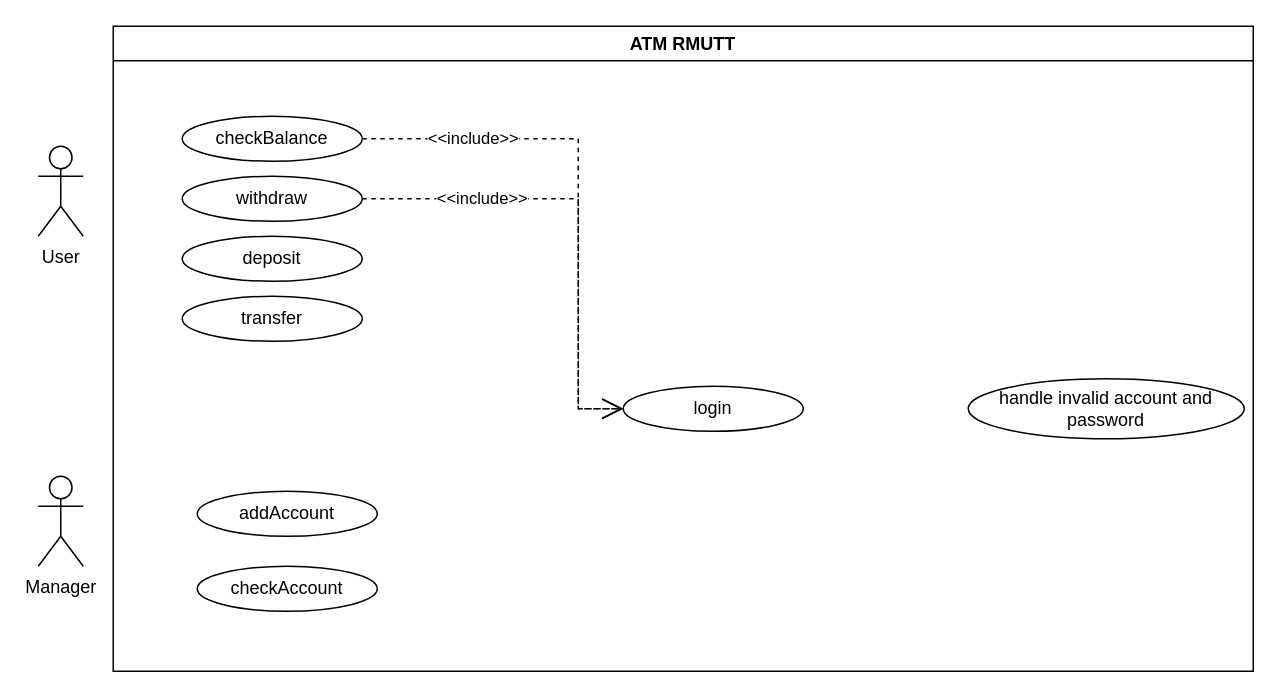
Above: OOSE_Lab3.drawio in Supatchai2003/OOSE- (draw.io), before the change. Source tidied: cells renumbered, new cells numbered last; positions are measured from the earlier drawing's top-left corner, leaving out a move shared by most shapes. Both pictures are drawn from the tidied source at 150%, with x=0, y=0 at pixel (38, 26).
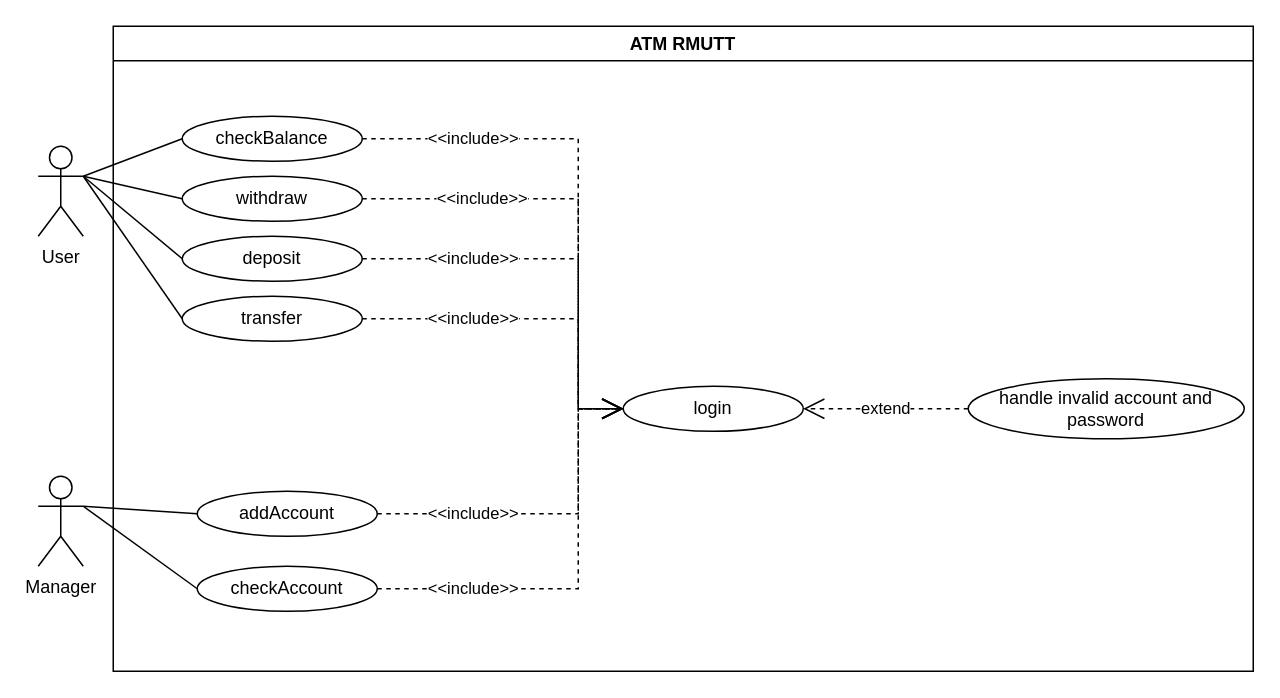
The same page after the edit.

Unchanged cells that the change refers to:
```xml
<mxCell id="2" value="ATM RMUTT" style="swimlane;whiteSpace=wrap;html=1;" parent="1" vertex="1">
  <mxGeometry x="50" width="760" height="430" as="geometry" />
</mxCell>
<mxCell id="3" value="checkBalance" style="ellipse;whiteSpace=wrap;html=1;" parent="2" vertex="1">
  <mxGeometry x="46" y="60" width="120" height="30" as="geometry" />
</mxCell>
<mxCell id="4" value="withdraw" style="ellipse;whiteSpace=wrap;html=1;" parent="2" vertex="1">
  <mxGeometry x="46" y="100" width="120" height="30" as="geometry" />
</mxCell>
<mxCell id="5" value="deposit" style="ellipse;whiteSpace=wrap;html=1;" parent="2" vertex="1">
  <mxGeometry x="46" y="140" width="120" height="30" as="geometry" />
</mxCell>
<mxCell id="6" value="transfer" style="ellipse;whiteSpace=wrap;html=1;" parent="2" vertex="1">
  <mxGeometry x="46" y="180" width="120" height="30" as="geometry" />
</mxCell>
<mxCell id="7" value="login" style="ellipse;whiteSpace=wrap;html=1;" parent="2" vertex="1">
  <mxGeometry x="340" y="240" width="120" height="30" as="geometry" />
</mxCell>
<mxCell id="8" value="handle invalid account and password" style="ellipse;whiteSpace=wrap;html=1;" parent="2" vertex="1">
  <mxGeometry x="570" y="235" width="184" height="40" as="geometry" />
</mxCell>
<mxCell id="9" value="addAccount" style="ellipse;whiteSpace=wrap;html=1;" parent="2" vertex="1">
  <mxGeometry x="56" y="310" width="120" height="30" as="geometry" />
</mxCell>
<mxCell id="10" value="checkAccount" style="ellipse;whiteSpace=wrap;html=1;" parent="2" vertex="1">
  <mxGeometry x="56" y="360" width="120" height="30" as="geometry" />
</mxCell>
<mxCell id="13" value="User" style="shape=umlActor;verticalLabelPosition=bottom;verticalAlign=top;html=1;outlineConnect=0;" parent="1" vertex="1">
  <mxGeometry y="80" width="30" height="60" as="geometry" />
</mxCell>
<mxCell id="14" value="Manager" style="shape=umlActor;verticalLabelPosition=bottom;verticalAlign=top;html=1;outlineConnect=0;" parent="1" vertex="1">
  <mxGeometry y="300" width="30" height="60" as="geometry" />
</mxCell>
```

Diff of the diagram source:
```diff
@@
+    <mxCell id="15" value="&amp;lt;&amp;lt;include&amp;gt;&amp;gt;" style="endArrow=open;endSize=12;dashed=1;html=1;rounded=0;exitX=1;exitY=0.5;exitDx=0;exitDy=0;" parent="2" edge="1" source="5">
+      <mxGeometry x="-0.46" relative="1" as="geometry">
+        <mxPoint x="340" y="255" as="targetPoint" />
+        <Array as="points">
+          <mxPoint x="310" y="155" />
+          <mxPoint x="310" y="255" />
+        </Array>
+      </mxGeometry>
+    </mxCell>
+    <mxCell id="16" value="&amp;lt;&amp;lt;include&amp;gt;&amp;gt;" style="endArrow=open;endSize=12;dashed=1;html=1;rounded=0;exitX=1;exitY=0.5;exitDx=0;exitDy=0;entryX=0;entryY=0.5;entryDx=0;entryDy=0;" parent="2" edge="1" source="6" target="7">
+      <mxGeometry x="-0.37" relative="1" as="geometry">
+        <Array as="points">
+          <mxPoint x="310" y="195" />
+          <mxPoint x="310" y="255" />
+        </Array>
+      </mxGeometry>
+    </mxCell>
+    <mxCell id="17" value="&amp;lt;&amp;lt;include&amp;gt;&amp;gt;" style="endArrow=open;endSize=12;dashed=1;html=1;rounded=0;exitX=1;exitY=0.5;exitDx=0;exitDy=0;entryX=0;entryY=0.5;entryDx=0;entryDy=0;" parent="2" edge="1" source="9" target="7">
+      <mxGeometry x="-0.45" relative="1" as="geometry">
+        <Array as="points">
+          <mxPoint x="310" y="325" />
+          <mxPoint x="310" y="255" />
+        </Array>
+      </mxGeometry>
+    </mxCell>
+    <mxCell id="18" value="&amp;lt;&amp;lt;include&amp;gt;&amp;gt;" style="endArrow=open;endSize=12;dashed=1;html=1;rounded=0;exitX=1;exitY=0.5;exitDx=0;exitDy=0;entryX=0;entryY=0.5;entryDx=0;entryDy=0;" parent="2" edge="1" source="10" target="7">
+      <mxGeometry x="-0.55" relative="1" as="geometry">
+        <Array as="points">
+          <mxPoint x="310" y="375" />
+          <mxPoint x="310" y="255" />
+        </Array>
+      </mxGeometry>
+    </mxCell>
+    <mxCell id="19" value="extend" style="endArrow=open;endSize=12;dashed=1;html=1;rounded=0;exitX=0;exitY=0.5;exitDx=0;exitDy=0;entryX=1;entryY=0.5;entryDx=0;entryDy=0;" parent="2" edge="1" source="8" target="7">
+      <mxGeometry relative="1" as="geometry" />
+    </mxCell>
@@
+    <mxCell id="20" style="endArrow=none;html=1;rounded=0;exitX=1;exitY=0.3333333333333333;exitDx=0;exitDy=0;exitPerimeter=0;entryX=0;entryY=0.5;entryDx=0;entryDy=0;" parent="1" edge="1" source="13" target="3">
+      <mxGeometry relative="1" as="geometry" />
+    </mxCell>
+    <mxCell id="21" style="endArrow=none;html=1;rounded=0;exitX=1;exitY=0.3333333333333333;exitDx=0;exitDy=0;exitPerimeter=0;entryX=0;entryY=0.5;entryDx=0;entryDy=0;" parent="1" edge="1" source="13" target="4">
+      <mxGeometry relative="1" as="geometry" />
+    </mxCell>
+    <mxCell id="22" style="endArrow=none;html=1;rounded=0;exitX=1;exitY=0.3333333333333333;exitDx=0;exitDy=0;exitPerimeter=0;entryX=0;entryY=0.5;entryDx=0;entryDy=0;" parent="1" edge="1" source="13" target="5">
+      <mxGeometry relative="1" as="geometry" />
+    </mxCell>
+    <mxCell id="23" style="endArrow=none;html=1;rounded=0;exitX=1;exitY=0.3333333333333333;exitDx=0;exitDy=0;exitPerimeter=0;entryX=0;entryY=0.5;entryDx=0;entryDy=0;" parent="1" edge="1" source="13" target="6">
+      <mxGeometry relative="1" as="geometry" />
+    </mxCell>
+    <mxCell id="24" style="endArrow=none;html=1;rounded=0;exitX=1;exitY=0.3333333333333333;exitDx=0;exitDy=0;exitPerimeter=0;entryX=0;entryY=0.5;entryDx=0;entryDy=0;" parent="1" edge="1" source="14" target="10">
+      <mxGeometry relative="1" as="geometry" />
+    </mxCell>
+    <mxCell id="25" style="endArrow=none;html=1;rounded=0;exitX=1;exitY=0.3333333333333333;exitDx=0;exitDy=0;exitPerimeter=0;entryX=0;entryY=0.5;entryDx=0;entryDy=0;" parent="1" edge="1" source="14" target="9">
+      <mxGeometry relative="1" as="geometry" />
+    </mxCell>
```
